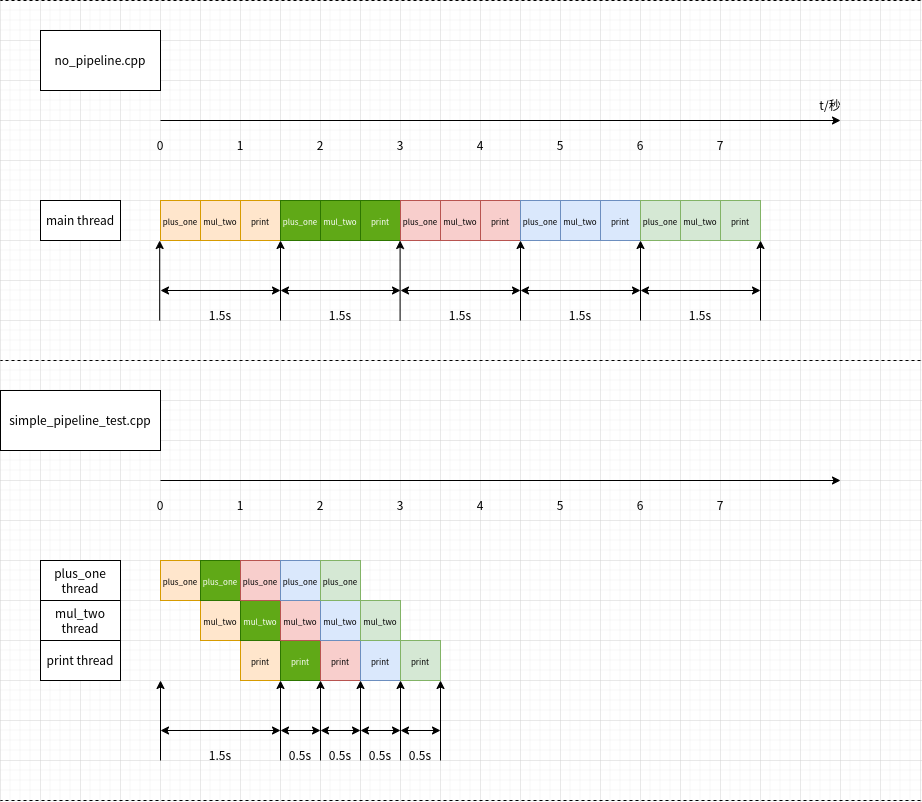
Above: code/pipeline/blog/no_pipeline_vs_pipeline.png in hexu1985/Collection.Of.Cpp.Utility.Tools (draw.io), before the change. Source tidied: cells renumbered, new cells last; positions are measured from the earlier drawing's top-left corner, leaving out a move shared by most shapes.
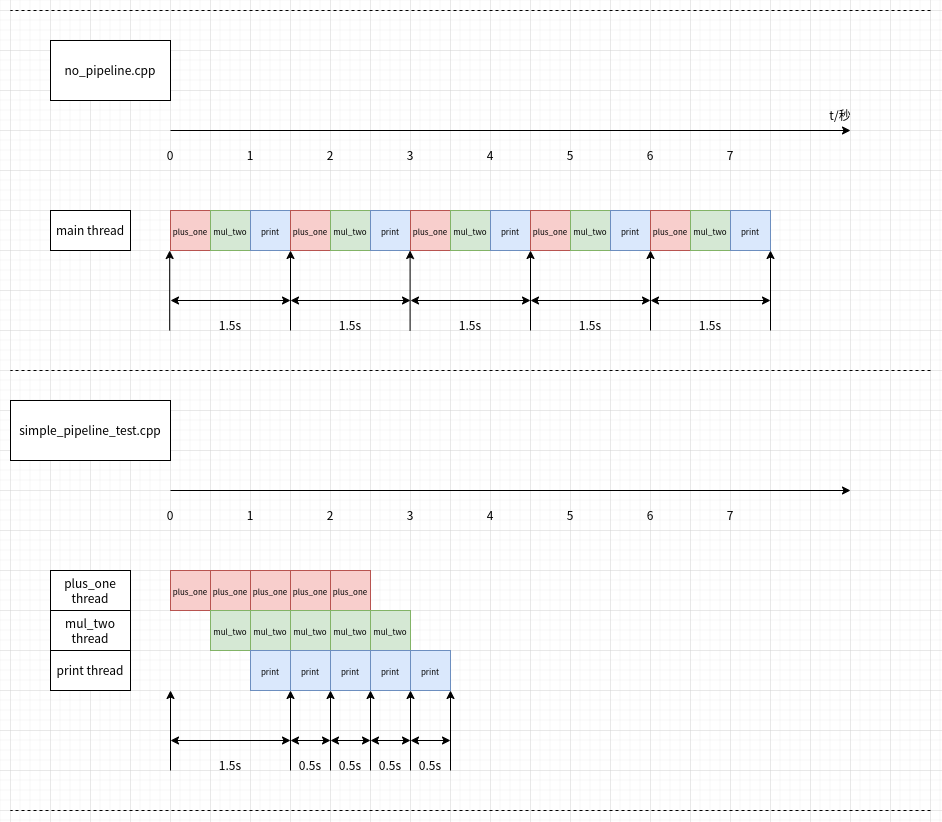
The same file after the commit.

Commit message:
update code/pipeline/blog

What changed in the source:
```diff
@@ -2,15 +2,6 @@
   <root>
     <mxCell id="0" />
     <mxCell id="1" parent="0" />
-    <mxCell id="2" value="&lt;font style=&quot;font-size: 8px;&quot;&gt;mul_two&lt;/font&gt;" style="rounded=0;whiteSpace=wrap;html=1;fillColor=#ffe6cc;strokeColor=#d79b00;" parent="1" vertex="1">
-      <mxGeometry x="200" y="200" width="40" height="40" as="geometry" />
-    </mxCell>
-    <mxCell id="3" value="&lt;font style=&quot;font-size: 8px;&quot;&gt;plus_one&lt;/font&gt;" style="rounded=0;whiteSpace=wrap;html=1;fillColor=#ffe6cc;strokeColor=#d79b00;" parent="1" vertex="1">
-      <mxGeometry x="160" y="200" width="40" height="40" as="geometry" />
-    </mxCell>
-    <mxCell id="4" value="&lt;font style=&quot;font-size: 8px;&quot;&gt;print&lt;/font&gt;" style="rounded=0;whiteSpace=wrap;html=1;fillColor=#ffe6cc;strokeColor=#d79b00;" parent="1" vertex="1">
-      <mxGeometry x="240" y="200" width="40" height="40" as="geometry" />
-    </mxCell>
     <mxCell id="5" style="endArrow=classic;html=1;rounded=0;" parent="1" edge="1">
       <mxGeometry relative="1" as="geometry">
         <mxPoint x="160" y="120" as="sourcePoint" />
@@ -44,45 +35,10 @@
     <mxCell id="14" value="7" style="text;html=1;strokeColor=none;fillColor=none;align=center;verticalAlign=middle;whiteSpace=wrap;rounded=0;" parent="1" vertex="1">
       <mxGeometry x="690" y="130" width="60" height="30" as="geometry" />
     </mxCell>
-    <mxCell id="15" value="&lt;font style=&quot;font-size: 8px;&quot;&gt;mul_two&lt;/font&gt;" style="rounded=0;whiteSpace=wrap;html=1;fillColor=#60a917;strokeColor=#2D7600;fontColor=#ffffff;" parent="1" vertex="1">
-      <mxGeometry x="320" y="200" width="40" height="40" as="geometry" />
-    </mxCell>
-    <mxCell id="16" value="&lt;font style=&quot;font-size: 8px;&quot;&gt;plus_one&lt;/font&gt;" style="rounded=0;whiteSpace=wrap;html=1;fillColor=#60a917;strokeColor=#2D7600;fontColor=#ffffff;" parent="1" vertex="1">
-      <mxGeometry x="280" y="200" width="40" height="40" as="geometry" />
-    </mxCell>
-    <mxCell id="17" value="&lt;font style=&quot;font-size: 8px;&quot;&gt;print&lt;/font&gt;" style="rounded=0;whiteSpace=wrap;html=1;fillColor=#60a917;strokeColor=#2D7600;fontColor=#ffffff;" parent="1" vertex="1">
-      <mxGeometry x="360" y="200" width="40" height="40" as="geometry" />
-    </mxCell>
-    <mxCell id="18" value="&lt;font style=&quot;font-size: 8px;&quot;&gt;mul_two&lt;/font&gt;" style="rounded=0;whiteSpace=wrap;html=1;fillColor=#f8cecc;strokeColor=#b85450;" parent="1" vertex="1">
-      <mxGeometry x="440" y="200" width="40" height="40" as="geometry" />
-    </mxCell>
-    <mxCell id="19" value="&lt;font style=&quot;font-size: 8px;&quot;&gt;plus_one&lt;/font&gt;" style="rounded=0;whiteSpace=wrap;html=1;fillColor=#f8cecc;strokeColor=#b85450;" parent="1" vertex="1">
-      <mxGeometry x="400" y="200" width="40" height="40" as="geometry" />
-    </mxCell>
-    <mxCell id="20" value="&lt;font style=&quot;font-size: 8px;&quot;&gt;print&lt;/font&gt;" style="rounded=0;whiteSpace=wrap;html=1;fillColor=#f8cecc;strokeColor=#b85450;" parent="1" vertex="1">
-      <mxGeometry x="480" y="200" width="40" height="40" as="geometry" />
-    </mxCell>
-    <mxCell id="21" value="&lt;font style=&quot;font-size: 8px;&quot;&gt;mul_two&lt;/font&gt;" style="rounded=0;whiteSpace=wrap;html=1;fillColor=#dae8fc;strokeColor=#6c8ebf;" parent="1" vertex="1">
-      <mxGeometry x="560" y="200" width="40" height="40" as="geometry" />
-    </mxCell>
-    <mxCell id="22" value="&lt;font style=&quot;font-size: 8px;&quot;&gt;plus_one&lt;/font&gt;" style="rounded=0;whiteSpace=wrap;html=1;fillColor=#dae8fc;strokeColor=#6c8ebf;" parent="1" vertex="1">
-      <mxGeometry x="520" y="200" width="40" height="40" as="geometry" />
-    </mxCell>
-    <mxCell id="23" value="&lt;font style=&quot;font-size: 8px;&quot;&gt;print&lt;/font&gt;" style="rounded=0;whiteSpace=wrap;html=1;fillColor=#dae8fc;strokeColor=#6c8ebf;" parent="1" vertex="1">
-      <mxGeometry x="600" y="200" width="40" height="40" as="geometry" />
-    </mxCell>
-    <mxCell id="24" value="&lt;font style=&quot;font-size: 8px;&quot;&gt;mul_two&lt;/font&gt;" style="rounded=0;whiteSpace=wrap;html=1;fillColor=#d5e8d4;strokeColor=#82b366;" parent="1" vertex="1">
-      <mxGeometry x="680" y="200" width="40" height="40" as="geometry" />
-    </mxCell>
-    <mxCell id="25" value="&lt;font style=&quot;font-size: 8px;&quot;&gt;plus_one&lt;/font&gt;" style="rounded=0;whiteSpace=wrap;html=1;fillColor=#d5e8d4;strokeColor=#82b366;" parent="1" vertex="1">
-      <mxGeometry x="640" y="200" width="40" height="40" as="geometry" />
-    </mxCell>
-    <mxCell id="26" value="&lt;font style=&quot;font-size: 8px;&quot;&gt;print&lt;/font&gt;" style="rounded=0;whiteSpace=wrap;html=1;fillColor=#d5e8d4;strokeColor=#82b366;" parent="1" vertex="1">
-      <mxGeometry x="720" y="200" width="40" height="40" as="geometry" />
-    </mxCell>
-    <mxCell id="27" style="endArrow=classic;html=1;rounded=0;fontSize=8;entryX=0;entryY=1;entryDx=0;entryDy=0;" parent="1" edge="1" target="16">
+    <mxCell id="27" style="endArrow=classic;html=1;rounded=0;fontSize=8;entryX=0;entryY=1;entryDx=0;entryDy=0;" parent="1" edge="1">
       <mxGeometry relative="1" as="geometry">
         <mxPoint x="280" y="320" as="sourcePoint" />
+        <mxPoint x="280" y="240" as="targetPoint" />
       </mxGeometry>
     </mxCell>
     <mxCell id="28" style="endArrow=classic;html=1;rounded=0;fontSize=8;entryX=0;entryY=1;entryDx=0;entryDy=0;" parent="1" edge="1">
@@ -142,9 +98,6 @@
     <mxCell id="41" value="7" style="text;html=1;strokeColor=none;fillColor=none;align=center;verticalAlign=middle;whiteSpace=wrap;rounded=0;" parent="1" vertex="1">
       <mxGeometry x="690" y="490" width="60" height="30" as="geometry" />
     </mxCell>
-    <mxCell id="42" value="&lt;font style=&quot;font-size: 8px;&quot;&gt;plus_one&lt;/font&gt;" style="rounded=0;whiteSpace=wrap;html=1;fillColor=#ffe6cc;strokeColor=#d79b00;" parent="1" vertex="1">
-      <mxGeometry x="160" y="560" width="40" height="40" as="geometry" />
-    </mxCell>
     <mxCell id="43" value="&lt;span style=&quot;font-size: 12px;&quot;&gt;plus_one thread&lt;/span&gt;" style="rounded=0;whiteSpace=wrap;html=1;fontSize=8;" parent="1" vertex="1">
       <mxGeometry x="40" y="560" width="80" height="40" as="geometry" />
     </mxCell>
@@ -154,54 +107,12 @@
     <mxCell id="45" value="&lt;span style=&quot;font-size: 12px;&quot;&gt;print thread&lt;/span&gt;" style="rounded=0;whiteSpace=wrap;html=1;fontSize=8;" parent="1" vertex="1">
       <mxGeometry x="40" y="640" width="80" height="40" as="geometry" />
     </mxCell>
-    <mxCell id="46" value="&lt;font style=&quot;font-size: 8px;&quot;&gt;mul_two&lt;/font&gt;" style="rounded=0;whiteSpace=wrap;html=1;fillColor=#ffe6cc;strokeColor=#d79b00;" parent="1" vertex="1">
-      <mxGeometry x="200" y="600" width="40" height="40" as="geometry" />
-    </mxCell>
-    <mxCell id="47" value="&lt;font style=&quot;font-size: 8px;&quot;&gt;print&lt;/font&gt;" style="rounded=0;whiteSpace=wrap;html=1;fillColor=#ffe6cc;strokeColor=#d79b00;" parent="1" vertex="1">
-      <mxGeometry x="240" y="640" width="40" height="40" as="geometry" />
-    </mxCell>
     <mxCell id="48" style="endArrow=classic;html=1;rounded=0;fontSize=8;entryX=0;entryY=1;entryDx=0;entryDy=0;" parent="1" edge="1">
       <mxGeometry relative="1" as="geometry">
         <mxPoint x="280" y="760" as="sourcePoint" />
         <mxPoint x="280" y="680" as="targetPoint" />
       </mxGeometry>
     </mxCell>
-    <mxCell id="49" value="&lt;font style=&quot;font-size: 8px;&quot;&gt;plus_one&lt;/font&gt;" style="rounded=0;whiteSpace=wrap;html=1;fillColor=#60a917;strokeColor=#2D7600;fontColor=#ffffff;" parent="1" vertex="1">
-      <mxGeometry x="200" y="560" width="40" height="40" as="geometry" />
-    </mxCell>
-    <mxCell id="50" value="&lt;font style=&quot;font-size: 8px;&quot;&gt;mul_two&lt;/font&gt;" style="rounded=0;whiteSpace=wrap;html=1;fillColor=#60a917;strokeColor=#2D7600;fontColor=#ffffff;" parent="1" vertex="1">
-      <mxGeometry x="240" y="600" width="40" height="40" as="geometry" />
-    </mxCell>
-    <mxCell id="51" value="&lt;font style=&quot;font-size: 8px;&quot;&gt;print&lt;/font&gt;" style="rounded=0;whiteSpace=wrap;html=1;fillColor=#60a917;strokeColor=#2D7600;fontColor=#ffffff;" parent="1" vertex="1">
-      <mxGeometry x="280" y="640" width="40" height="40" as="geometry" />
-    </mxCell>
-    <mxCell id="52" value="&lt;font style=&quot;font-size: 8px;&quot;&gt;plus_one&lt;/font&gt;" style="rounded=0;whiteSpace=wrap;html=1;fillColor=#f8cecc;strokeColor=#b85450;" parent="1" vertex="1">
-      <mxGeometry x="240" y="560" width="40" height="40" as="geometry" />
-    </mxCell>
-    <mxCell id="53" value="&lt;font style=&quot;font-size: 8px;&quot;&gt;mul_two&lt;/font&gt;" style="rounded=0;whiteSpace=wrap;html=1;fillColor=#f8cecc;strokeColor=#b85450;" parent="1" vertex="1">
-      <mxGeometry x="280" y="600" width="40" height="40" as="geometry" />
-    </mxCell>
-    <mxCell id="54" value="&lt;font style=&quot;font-size: 8px;&quot;&gt;print&lt;/font&gt;" style="rounded=0;whiteSpace=wrap;html=1;fillColor=#f8cecc;strokeColor=#b85450;" parent="1" vertex="1">
-      <mxGeometry x="320" y="640" width="40" height="40" as="geometry" />
-    </mxCell>
-    <mxCell id="55" value="&lt;font style=&quot;font-size: 8px;&quot;&gt;plus_one&lt;/font&gt;" style="rounded=0;whiteSpace=wrap;html=1;fillColor=#dae8fc;strokeColor=#6c8ebf;" parent="1" vertex="1">
-      <mxGeometry x="280" y="560" width="40" height="40" as="geometry" />
-    </mxCell>
-    <mxCell id="56" value="&lt;font style=&quot;font-size: 8px;&quot;&gt;mul_two&lt;/font&gt;" style="rounded=0;whiteSpace=wrap;html=1;fillColor=#dae8fc;strokeColor=#6c8ebf;" parent="1" vertex="1">
-      <mxGeometry x="320" y="600" width="40" height="40" as="geometry" />
-    </mxCell>
-    <mxCell id="57" value="&lt;font style=&quot;font-size: 8px;&quot;&gt;print&lt;/font&gt;" style="rounded=0;whiteSpace=wrap;html=1;fillColor=#dae8fc;strokeColor=#6c8ebf;" parent="1" vertex="1">
-      <mxGeometry x="360" y="640" width="40" height="40" as="geometry" />
-    </mxCell>
-    <mxCell id="58" value="&lt;font style=&quot;font-size: 8px;&quot;&gt;plus_one&lt;/font&gt;" style="rounded=0;whiteSpace=wrap;html=1;fillColor=#d5e8d4;strokeColor=#82b366;" parent="1" vertex="1">
-      <mxGeometry x="320" y="560" width="40" height="40" as="geometry" />
-    </mxCell>
-    <mxCell id="59" value="&lt;font style=&quot;font-size: 8px;&quot;&gt;mul_two&lt;/font&gt;" style="rounded=0;whiteSpace=wrap;html=1;fillColor=#d5e8d4;strokeColor=#82b366;" parent="1" vertex="1">
-      <mxGeometry x="360" y="600" width="40" height="40" as="geometry" />
-    </mxCell>
-    <mxCell id="60" value="&lt;font style=&quot;font-size: 8px;&quot;&gt;print&lt;/font&gt;" style="rounded=0;whiteSpace=wrap;html=1;fillColor=#d5e8d4;strokeColor=#82b366;" parent="1" vertex="1">
-      <mxGeometry x="400" y="640" width="40" height="40" as="geometry" />
-    </mxCell>
     <mxCell id="61" value="1.5s" style="text;html=1;strokeColor=none;fillColor=none;align=center;verticalAlign=middle;whiteSpace=wrap;rounded=0;fontSize=12;" parent="1" vertex="1">
       <mxGeometry x="190" y="300" width="60" height="30" as="geometry" />
     </mxCell>
@@ -352,5 +263,95 @@
         <mxPoint y="800" as="targetPoint" />
       </mxGeometry>
     </mxCell>
+    <mxCell id="92" value="&lt;font style=&quot;font-size: 8px;&quot;&gt;plus_one&lt;/font&gt;" style="rounded=0;whiteSpace=wrap;html=1;fillColor=#f8cecc;strokeColor=#b85450;" parent="1" vertex="1">
+      <mxGeometry x="160" y="200" width="40" height="40" as="geometry" />
+    </mxCell>
+    <mxCell id="93" value="&lt;font style=&quot;font-size: 8px;&quot;&gt;mul_two&lt;/font&gt;" style="rounded=0;whiteSpace=wrap;html=1;fillColor=#d5e8d4;strokeColor=#82b366;" parent="1" vertex="1">
+      <mxGeometry x="200" y="200" width="40" height="40" as="geometry" />
+    </mxCell>
+    <mxCell id="94" value="&lt;font style=&quot;font-size: 8px;&quot;&gt;print&lt;/font&gt;" style="rounded=0;whiteSpace=wrap;html=1;fillColor=#dae8fc;strokeColor=#6c8ebf;" parent="1" vertex="1">
+      <mxGeometry x="240" y="200" width="40" height="40" as="geometry" />
+    </mxCell>
+    <mxCell id="95" value="&lt;font style=&quot;font-size: 8px;&quot;&gt;plus_one&lt;/font&gt;" style="rounded=0;whiteSpace=wrap;html=1;fillColor=#f8cecc;strokeColor=#b85450;" parent="1" vertex="1">
+      <mxGeometry x="280" y="200" width="40" height="40" as="geometry" />
+    </mxCell>
+    <mxCell id="96" value="&lt;font style=&quot;font-size: 8px;&quot;&gt;mul_two&lt;/font&gt;" style="rounded=0;whiteSpace=wrap;html=1;fillColor=#d5e8d4;strokeColor=#82b366;" parent="1" vertex="1">
+      <mxGeometry x="320" y="200" width="40" height="40" as="geometry" />
+    </mxCell>
+    <mxCell id="97" value="&lt;font style=&quot;font-size: 8px;&quot;&gt;print&lt;/font&gt;" style="rounded=0;whiteSpace=wrap;html=1;fillColor=#dae8fc;strokeColor=#6c8ebf;" parent="1" vertex="1">
+      <mxGeometry x="360" y="200" width="40" height="40" as="geometry" />
+    </mxCell>
+    <mxCell id="19" value="&lt;font style=&quot;font-size: 8px;&quot;&gt;plus_one&lt;/font&gt;" style="rounded=0;whiteSpace=wrap;html=1;fillColor=#f8cecc;strokeColor=#b85450;" parent="1" vertex="1">
+      <mxGeometry x="400" y="200" width="40" height="40" as="geometry" />
+    </mxCell>
+    <mxCell id="98" value="&lt;font style=&quot;font-size: 8px;&quot;&gt;mul_two&lt;/font&gt;" style="rounded=0;whiteSpace=wrap;html=1;fillColor=#d5e8d4;strokeColor=#82b366;" parent="1" vertex="1">
+      <mxGeometry x="440" y="200" width="40" height="40" as="geometry" />
+    </mxCell>
+    <mxCell id="99" value="&lt;font style=&quot;font-size: 8px;&quot;&gt;print&lt;/font&gt;" style="rounded=0;whiteSpace=wrap;html=1;fillColor=#dae8fc;strokeColor=#6c8ebf;" parent="1" vertex="1">
+      <mxGeometry x="480" y="200" width="40" height="40" as="geometry" />
+    </mxCell>
+    <mxCell id="100" value="&lt;font style=&quot;font-size: 8px;&quot;&gt;plus_one&lt;/font&gt;" style="rounded=0;whiteSpace=wrap;html=1;fillColor=#f8cecc;strokeColor=#b85450;" parent="1" vertex="1">
+      <mxGeometry x="520" y="200" width="40" height="40" as="geometry" />
+    </mxCell>
+    <mxCell id="101" value="&lt;font style=&quot;font-size: 8px;&quot;&gt;mul_two&lt;/font&gt;" style="rounded=0;whiteSpace=wrap;html=1;fillColor=#d5e8d4;strokeColor=#82b366;" parent="1" vertex="1">
+      <mxGeometry x="560" y="200" width="40" height="40" as="geometry" />
+    </mxCell>
+    <mxCell id="23" value="&lt;font style=&quot;font-size: 8px;&quot;&gt;print&lt;/font&gt;" style="rounded=0;whiteSpace=wrap;html=1;fillColor=#dae8fc;strokeColor=#6c8ebf;" parent="1" vertex="1">
+      <mxGeometry x="600" y="200" width="40" height="40" as="geometry" />
+    </mxCell>
+    <mxCell id="102" value="&lt;font style=&quot;font-size: 8px;&quot;&gt;plus_one&lt;/font&gt;" style="rounded=0;whiteSpace=wrap;html=1;fillColor=#f8cecc;strokeColor=#b85450;" parent="1" vertex="1">
+      <mxGeometry x="640" y="200" width="40" height="40" as="geometry" />
+    </mxCell>
+    <mxCell id="24" value="&lt;font style=&quot;font-size: 8px;&quot;&gt;mul_two&lt;/font&gt;" style="rounded=0;whiteSpace=wrap;html=1;fillColor=#d5e8d4;strokeColor=#82b366;" parent="1" vertex="1">
+      <mxGeometry x="680" y="200" width="40" height="40" as="geometry" />
+    </mxCell>
+    <mxCell id="103" value="&lt;font style=&quot;font-size: 8px;&quot;&gt;print&lt;/font&gt;" style="rounded=0;whiteSpace=wrap;html=1;fillColor=#dae8fc;strokeColor=#6c8ebf;" parent="1" vertex="1">
+      <mxGeometry x="720" y="200" width="40" height="40" as="geometry" />
+    </mxCell>
+    <mxCell id="104" value="&lt;font style=&quot;font-size: 8px;&quot;&gt;plus_one&lt;/font&gt;" style="rounded=0;whiteSpace=wrap;html=1;fillColor=#f8cecc;strokeColor=#b85450;" parent="1" vertex="1">
+      <mxGeometry x="160" y="560" width="40" height="40" as="geometry" />
+    </mxCell>
+    <mxCell id="105" value="&lt;font style=&quot;font-size: 8px;&quot;&gt;plus_one&lt;/font&gt;" style="rounded=0;whiteSpace=wrap;html=1;fillColor=#f8cecc;strokeColor=#b85450;" parent="1" vertex="1">
+      <mxGeometry x="200" y="560" width="40" height="40" as="geometry" />
+    </mxCell>
+    <mxCell id="52" value="&lt;font style=&quot;font-size: 8px;&quot;&gt;plus_one&lt;/font&gt;" style="rounded=0;whiteSpace=wrap;html=1;fillColor=#f8cecc;strokeColor=#b85450;" parent="1" vertex="1">
+      <mxGeometry x="240" y="560" width="40" height="40" as="geometry" />
+    </mxCell>
+    <mxCell id="106" value="&lt;font style=&quot;font-size: 8px;&quot;&gt;plus_one&lt;/font&gt;" style="rounded=0;whiteSpace=wrap;html=1;fillColor=#f8cecc;strokeColor=#b85450;" parent="1" vertex="1">
+      <mxGeometry x="280" y="560" width="40" height="40" as="geometry" />
+    </mxCell>
+    <mxCell id="107" value="&lt;font style=&quot;font-size: 8px;&quot;&gt;plus_one&lt;/font&gt;" style="rounded=0;whiteSpace=wrap;html=1;fillColor=#f8cecc;strokeColor=#b85450;" parent="1" vertex="1">
+      <mxGeometry x="320" y="560" width="40" height="40" as="geometry" />
+    </mxCell>
+    <mxCell id="108" value="&lt;font style=&quot;font-size: 8px;&quot;&gt;mul_two&lt;/font&gt;" style="rounded=0;whiteSpace=wrap;html=1;fillColor=#d5e8d4;strokeColor=#82b366;" parent="1" vertex="1">
+      <mxGeometry x="200" y="600" width="40" height="40" as="geometry" />
+    </mxCell>
+    <mxCell id="109" value="&lt;font style=&quot;font-size: 8px;&quot;&gt;mul_two&lt;/font&gt;" style="rounded=0;whiteSpace=wrap;html=1;fillColor=#d5e8d4;strokeColor=#82b366;" parent="1" vertex="1">
+      <mxGeometry x="240" y="600" width="40" height="40" as="geometry" />
+    </mxCell>
+    <mxCell id="110" value="&lt;font style=&quot;font-size: 8px;&quot;&gt;mul_two&lt;/font&gt;" style="rounded=0;whiteSpace=wrap;html=1;fillColor=#d5e8d4;strokeColor=#82b366;" parent="1" vertex="1">
+      <mxGeometry x="280" y="600" width="40" height="40" as="geometry" />
+    </mxCell>
+    <mxCell id="111" value="&lt;font style=&quot;font-size: 8px;&quot;&gt;mul_two&lt;/font&gt;" style="rounded=0;whiteSpace=wrap;html=1;fillColor=#d5e8d4;strokeColor=#82b366;" parent="1" vertex="1">
+      <mxGeometry x="320" y="600" width="40" height="40" as="geometry" />
+    </mxCell>
+    <mxCell id="59" value="&lt;font style=&quot;font-size: 8px;&quot;&gt;mul_two&lt;/font&gt;" style="rounded=0;whiteSpace=wrap;html=1;fillColor=#d5e8d4;strokeColor=#82b366;" parent="1" vertex="1">
+      <mxGeometry x="360" y="600" width="40" height="40" as="geometry" />
+    </mxCell>
+    <mxCell id="112" value="&lt;font style=&quot;font-size: 8px;&quot;&gt;print&lt;/font&gt;" style="rounded=0;whiteSpace=wrap;html=1;fillColor=#dae8fc;strokeColor=#6c8ebf;" parent="1" vertex="1">
+      <mxGeometry x="240" y="640" width="40" height="40" as="geometry" />
+    </mxCell>
+    <mxCell id="113" value="&lt;font style=&quot;font-size: 8px;&quot;&gt;print&lt;/font&gt;" style="rounded=0;whiteSpace=wrap;html=1;fillColor=#dae8fc;strokeColor=#6c8ebf;" parent="1" vertex="1">
+      <mxGeometry x="280" y="640" width="40" height="40" as="geometry" />
+    </mxCell>
+    <mxCell id="114" value="&lt;font style=&quot;font-size: 8px;&quot;&gt;print&lt;/font&gt;" style="rounded=0;whiteSpace=wrap;html=1;fillColor=#dae8fc;strokeColor=#6c8ebf;" parent="1" vertex="1">
+      <mxGeometry x="320" y="640" width="40" height="40" as="geometry" />
+    </mxCell>
+    <mxCell id="57" value="&lt;font style=&quot;font-size: 8px;&quot;&gt;print&lt;/font&gt;" style="rounded=0;whiteSpace=wrap;html=1;fillColor=#dae8fc;strokeColor=#6c8ebf;" parent="1" vertex="1">
+      <mxGeometry x="360" y="640" width="40" height="40" as="geometry" />
+    </mxCell>
+    <mxCell id="115" value="&lt;font style=&quot;font-size: 8px;&quot;&gt;print&lt;/font&gt;" style="rounded=0;whiteSpace=wrap;html=1;fillColor=#dae8fc;strokeColor=#6c8ebf;" parent="1" vertex="1">
+      <mxGeometry x="400" y="640" width="40" height="40" as="geometry" />
+    </mxCell>
   </root>
 </mxGraphModel>
```
